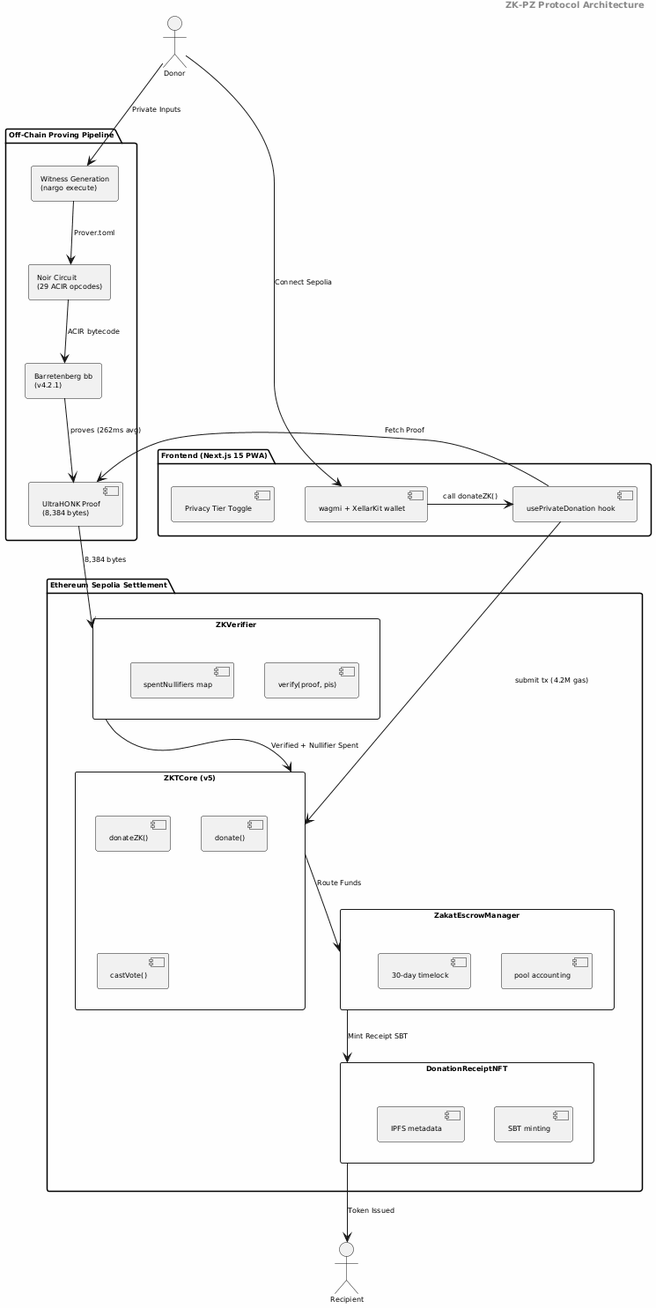
The PlantUML diagram docs/diagrams/conceptual_model.png in tawf-labs/zkt-research, before a commit.
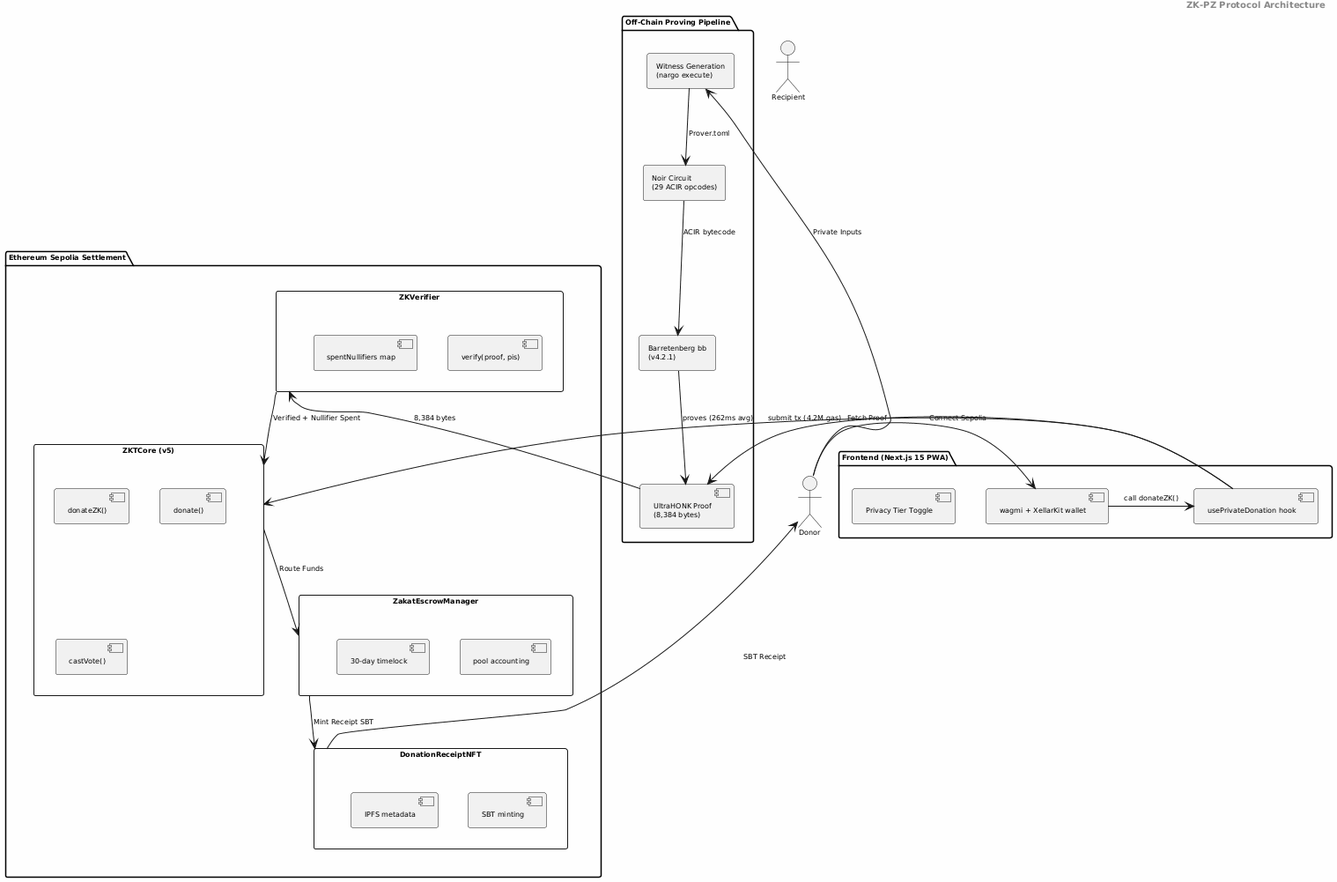
The same diagram one commit later.

Commit message:
fix: SBT receipt goes to donor in all diagrams (not recipient)

Diff of the diagram source:
```diff
@@ -52,7 +52,7 @@
 Verifier --> Core : Verified + Nullifier Spent
 Core --> Escrow : Route Funds
 Escrow --> NFT : Mint Receipt SBT
-NFT --> Recipient : Token Issued
+NFT --> Donor : SBT Receipt
 
 Donor -> Wallet : Connect Sepolia
 Wallet -> Hook : call donateZK()
```
